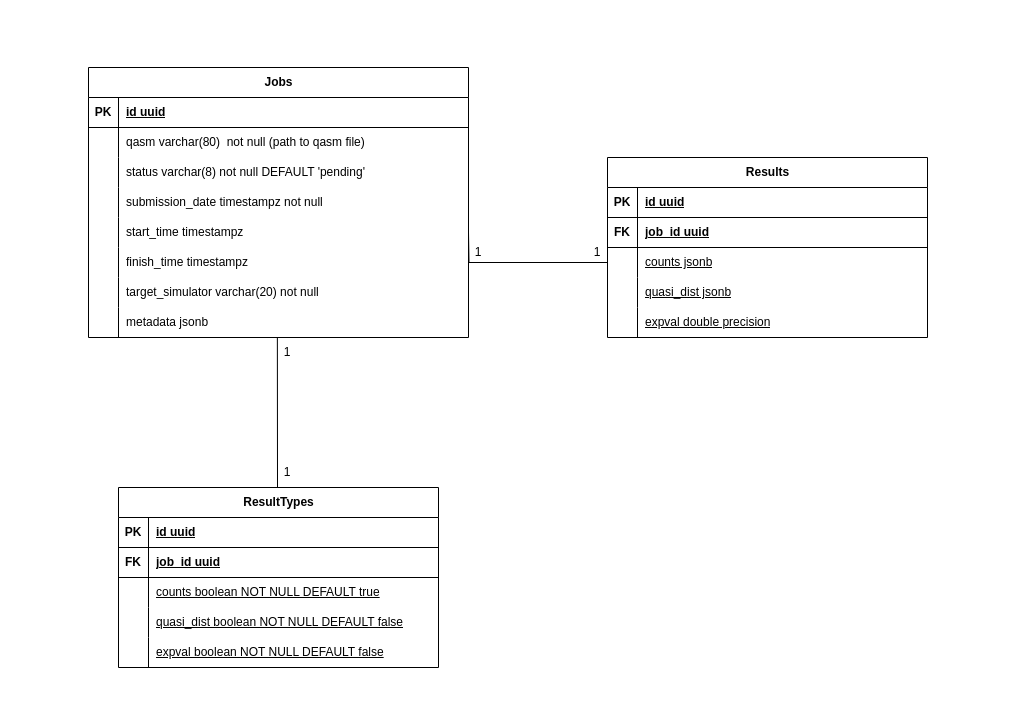
Before: assets/database.drawio in Dpbm/qserver, a draw.io diagram. Source tidied: cells renumbered, new cells numbered last; positions are measured from the earlier drawing's top-left corner, leaving out a move shared by most shapes. Both pictures are drawn from the tidied source at 100%, with x=0, y=0 at pixel (17, 17).
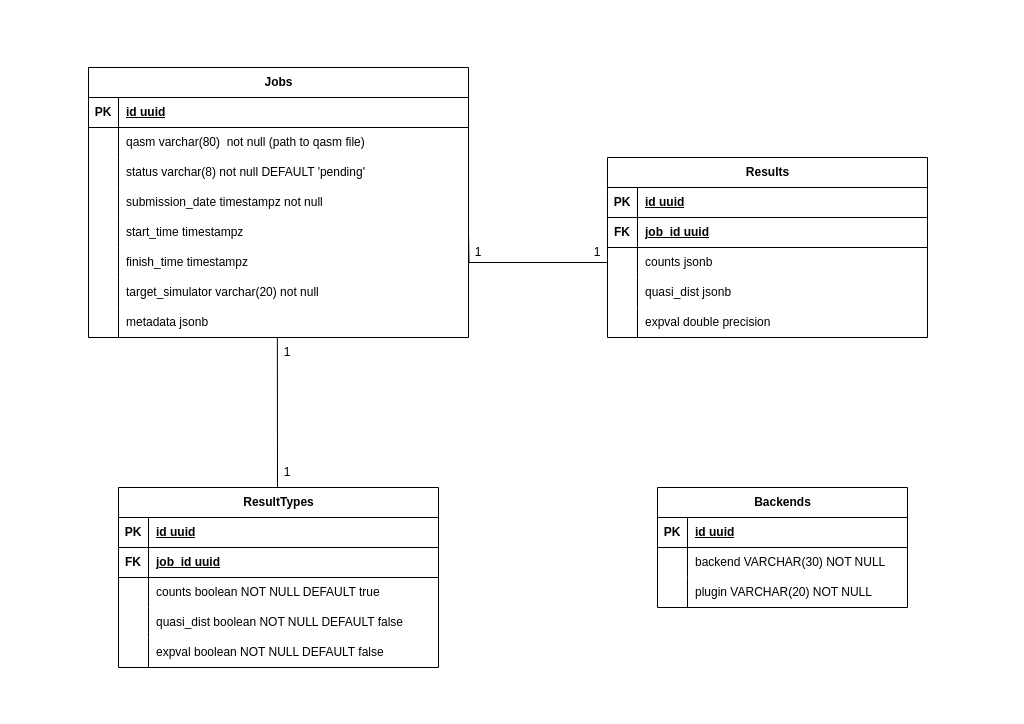
The same diagram, later.

Commit message (it also covers changes not shown here):
setup database for plugins

Unchanged cells that the change refers to:
```xml
<mxCell id="28" value="Results" style="shape=table;startSize=30;childLayout=tableLayout;rowLines=0;fontStyle=1;align=center;html=1;" parent="1" vertex="1">
  <mxGeometry x="590" y="140" width="320" height="180" as="geometry" />
</mxCell>
<mxCell id="35" style="shape=tableRow;horizontal=0;startSize=0;swimlaneHead=0;swimlaneBody=0;fillColor=none;points=[[0,0.5],[1,0.5]];portConstraint=eastwest;top=0;left=0;right=0;bottom=0;" parent="28" vertex="1">
  <mxGeometry y="90" width="320" height="30" as="geometry" />
</mxCell>
<mxCell id="41" style="shape=tableRow;horizontal=0;startSize=0;swimlaneHead=0;swimlaneBody=0;fillColor=none;top=0;left=0;right=0;bottom=0;" parent="28" vertex="1">
  <mxGeometry y="150" width="320" height="30" as="geometry" />
</mxCell>
<mxCell id="54" style="shape=tableRow;horizontal=0;startSize=0;swimlaneHead=0;swimlaneBody=0;fillColor=none;top=0;left=0;right=0;bottom=0;" parent="47" vertex="1">
  <mxGeometry y="90" width="320" height="30" as="geometry" />
</mxCell>
<mxCell id="57" style="shape=tableRow;horizontal=0;startSize=0;swimlaneHead=0;swimlaneBody=0;fillColor=none;top=0;left=0;right=0;bottom=0;" parent="47" vertex="1">
  <mxGeometry y="120" width="320" height="30" as="geometry" />
</mxCell>
<mxCell id="60" style="shape=tableRow;horizontal=0;startSize=0;swimlaneHead=0;swimlaneBody=0;fillColor=none;top=0;left=0;right=0;bottom=0;" parent="47" vertex="1">
  <mxGeometry y="150" width="320" height="30" as="geometry" />
</mxCell>
```

What changed in the source:
```diff
@@
-    <mxCell id="37" value="counts jsonb" style="shape=partialRectangle;fillColor=none;top=0;left=0;bottom=0;right=0;align=left;spacingLeft=6;overflow=hidden;whiteSpace=wrap;html=1;fontStyle=4;strokeWidth=4;" parent="35" vertex="1">
+    <mxCell id="37" value="counts jsonb" style="shape=partialRectangle;fillColor=none;top=0;left=0;bottom=0;right=0;align=left;spacingLeft=6;overflow=hidden;whiteSpace=wrap;html=1;fontStyle=0;strokeWidth=4;strokeColor=inherit;" parent="35" vertex="1">
       <mxGeometry x="30" width="290" height="30" as="geometry" />
     </mxCell>
-    <mxCell id="38" style="shape=tableRow;horizontal=0;startSize=0;swimlaneHead=0;swimlaneBody=0;fillColor=none;top=0;left=0;right=0;bottom=0;" parent="28" vertex="1">
+    <mxCell id="38" style="shape=tableRow;horizontal=0;startSize=0;swimlaneHead=0;swimlaneBody=0;fillColor=none;top=0;left=0;right=0;bottom=0;strokeColor=inherit;" parent="28" vertex="1">
       <mxGeometry y="120" width="320" height="30" as="geometry" />
     </mxCell>
@@
-    <mxCell id="40" value="quasi_dist jsonb" style="shape=partialRectangle;fillColor=none;top=0;left=0;bottom=0;right=0;align=left;spacingLeft=6;overflow=hidden;whiteSpace=wrap;html=1;fontStyle=4;strokeWidth=4;" parent="38" vertex="1">
+    <mxCell id="40" value="quasi_dist jsonb" style="shape=partialRectangle;fillColor=none;top=0;left=0;bottom=0;right=0;align=left;spacingLeft=6;overflow=hidden;whiteSpace=wrap;html=1;fontStyle=0;strokeWidth=4;" parent="38" vertex="1">
       <mxGeometry x="30" width="290" height="30" as="geometry" />
     </mxCell>
@@
-    <mxCell id="43" value="expval&amp;nbsp;double precision" style="shape=partialRectangle;fillColor=none;top=0;left=0;bottom=0;right=0;align=left;spacingLeft=6;overflow=hidden;whiteSpace=wrap;html=1;fontStyle=4;strokeWidth=4;" parent="41" vertex="1">
+    <mxCell id="43" value="expval&amp;nbsp;double precision" style="shape=partialRectangle;fillColor=none;top=0;left=0;bottom=0;right=0;align=left;spacingLeft=6;overflow=hidden;whiteSpace=wrap;html=1;fontStyle=0;strokeWidth=4;" parent="41" vertex="1">
       <mxGeometry x="30" width="290" height="30" as="geometry" />
     </mxCell>
@@
-    <mxCell id="56" value="counts boolean NOT NULL DEFAULT true" style="shape=partialRectangle;fillColor=none;top=0;left=0;bottom=0;right=0;align=left;spacingLeft=6;overflow=hidden;whiteSpace=wrap;html=1;fontStyle=4;strokeWidth=4;" parent="54" vertex="1">
+    <mxCell id="56" value="counts boolean NOT NULL DEFAULT true" style="shape=partialRectangle;fillColor=none;top=0;left=0;bottom=0;right=0;align=left;spacingLeft=6;overflow=hidden;whiteSpace=wrap;html=1;fontStyle=0;strokeWidth=4;" parent="54" vertex="1">
       <mxGeometry x="30" width="290" height="30" as="geometry" />
     </mxCell>
@@
-    <mxCell id="59" value="quasi_dist boolean NOT NULL DEFAULT false" style="shape=partialRectangle;fillColor=none;top=0;left=0;bottom=0;right=0;align=left;spacingLeft=6;overflow=hidden;whiteSpace=wrap;html=1;fontStyle=4;strokeWidth=4;" parent="57" vertex="1">
+    <mxCell id="59" value="quasi_dist boolean NOT NULL DEFAULT false" style="shape=partialRectangle;fillColor=none;top=0;left=0;bottom=0;right=0;align=left;spacingLeft=6;overflow=hidden;whiteSpace=wrap;html=1;fontStyle=0;strokeWidth=4;" parent="57" vertex="1">
       <mxGeometry x="30" width="290" height="30" as="geometry" />
     </mxCell>
@@
-    <mxCell id="62" value="expval boolean NOT NULL DEFAULT false" style="shape=partialRectangle;fillColor=none;top=0;left=0;bottom=0;right=0;align=left;spacingLeft=6;overflow=hidden;whiteSpace=wrap;html=1;fontStyle=4;strokeWidth=4;" parent="60" vertex="1">
+    <mxCell id="62" value="expval boolean NOT NULL DEFAULT false" style="shape=partialRectangle;fillColor=none;top=0;left=0;bottom=0;right=0;align=left;spacingLeft=6;overflow=hidden;whiteSpace=wrap;html=1;fontStyle=0;strokeWidth=4;" parent="60" vertex="1">
       <mxGeometry x="30" width="290" height="30" as="geometry" />
     </mxCell>
@@
+    <mxCell id="66" value="Backends" style="shape=table;startSize=30;childLayout=tableLayout;rowLines=0;fontStyle=1;align=center;html=1;" parent="1" vertex="1">
+      <mxGeometry x="640" y="470" width="250" height="120" as="geometry" />
+    </mxCell>
+    <mxCell id="67" style="shape=tableRow;horizontal=0;startSize=0;swimlaneHead=0;swimlaneBody=0;fillColor=none;top=0;left=0;right=0;bottom=1;" parent="66" vertex="1">
+      <mxGeometry y="30" width="250" height="30" as="geometry" />
+    </mxCell>
+    <mxCell id="68" value="PK" style="shape=partialRectangle;fillColor=none;top=0;left=0;bottom=0;right=0;fontStyle=1;overflow=hidden;whiteSpace=wrap;html=1;" parent="67" vertex="1">
+      <mxGeometry width="30" height="30" as="geometry" />
+    </mxCell>
+    <mxCell id="69" value="id uuid" style="shape=partialRectangle;fillColor=none;top=0;left=0;bottom=0;right=0;align=left;spacingLeft=6;fontStyle=5;overflow=hidden;whiteSpace=wrap;html=1;" parent="67" vertex="1">
+      <mxGeometry x="30" width="220" height="30" as="geometry" />
+    </mxCell>
+    <mxCell id="70" style="shape=tableRow;horizontal=0;startSize=0;swimlaneHead=0;swimlaneBody=0;fillColor=none;top=0;left=0;right=0;bottom=0;" parent="66" vertex="1">
+      <mxGeometry y="60" width="250" height="30" as="geometry" />
+    </mxCell>
+    <mxCell id="71" style="shape=partialRectangle;fillColor=none;top=0;left=0;bottom=0;right=0;overflow=hidden;whiteSpace=wrap;html=1;" parent="70" vertex="1">
+      <mxGeometry width="30" height="30" as="geometry" />
+    </mxCell>
+    <mxCell id="72" value="backend VARCHAR(30) NOT NULL" style="shape=partialRectangle;fillColor=none;top=0;left=0;bottom=0;right=0;align=left;spacingLeft=6;overflow=hidden;whiteSpace=wrap;html=1;" parent="70" vertex="1">
+      <mxGeometry x="30" width="220" height="30" as="geometry" />
+    </mxCell>
+    <mxCell id="73" style="shape=tableRow;horizontal=0;startSize=0;swimlaneHead=0;swimlaneBody=0;fillColor=none;top=0;left=0;right=0;bottom=0;" parent="66" vertex="1">
+      <mxGeometry y="90" width="250" height="30" as="geometry" />
+    </mxCell>
+    <mxCell id="74" style="shape=partialRectangle;fillColor=none;top=0;left=0;bottom=0;right=0;overflow=hidden;whiteSpace=wrap;html=1;" parent="73" vertex="1">
+      <mxGeometry width="30" height="30" as="geometry" />
+    </mxCell>
+    <mxCell id="75" value="plugin VARCHAR(20) NOT NULL" style="shape=partialRectangle;fillColor=none;top=0;left=0;bottom=0;right=0;align=left;spacingLeft=6;overflow=hidden;whiteSpace=wrap;html=1;" parent="73" vertex="1">
+      <mxGeometry x="30" width="220" height="30" as="geometry" />
+    </mxCell>
```
